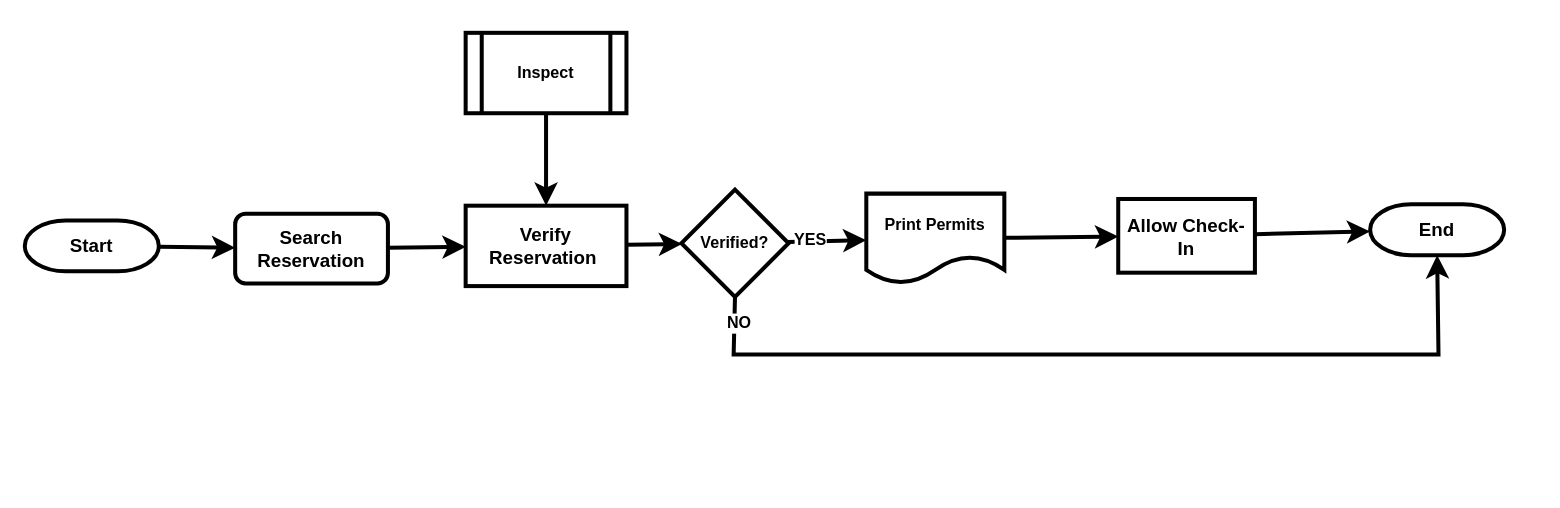
Earlier version of the draw.io diagram page "GameKilledRecording" (5 of 10) of TourismHunting/Tourism_Hunting_Flow.drawio (MbalamulaS/portal2-diagram). Source tidied: cells renumbered, new cells numbered last; positions are measured from the earlier drawing's top-left corner, leaving out a move shared by most shapes. Both pictures are drawn from the tidied source at 134%, with x=0, y=0 at pixel (24, 32).
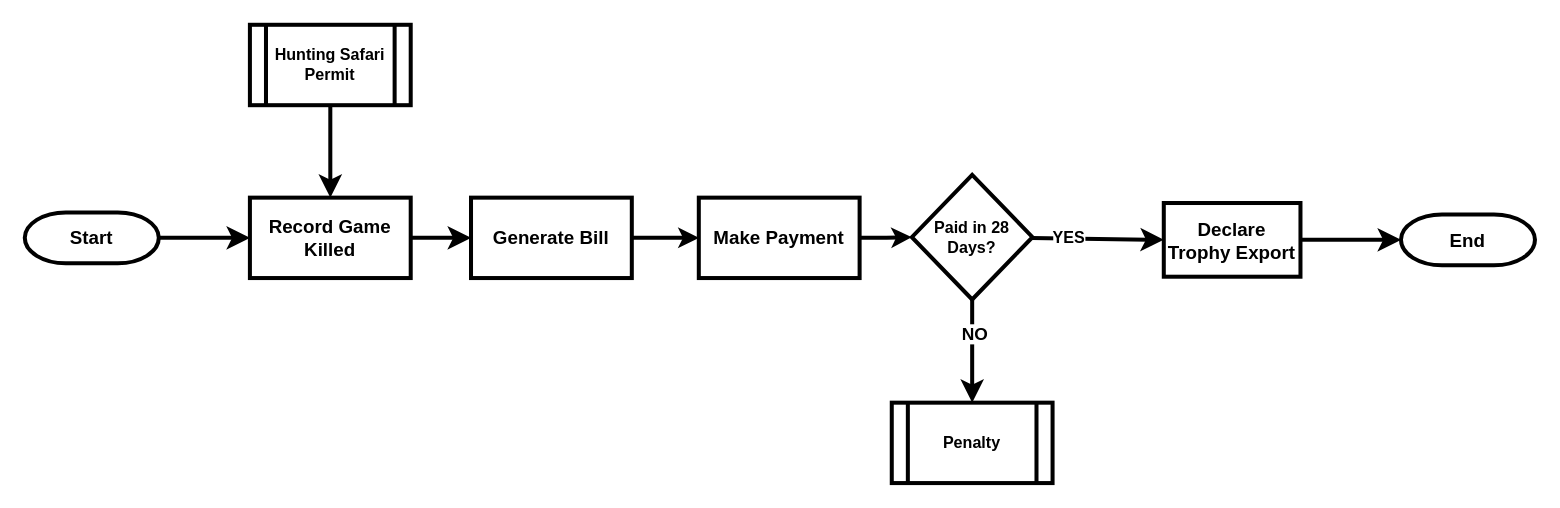
The same page after the edit.

What changed in the source:
```diff
@@
-    <mxCell id="2" style="edgeStyle=none;curved=1;rounded=0;jettySize=auto;html=1;fontSize=12;startSize=8;endSize=8;strokeWidth=3;" parent="1" edge="1" source="3" target="6">
+    <mxCell id="2" style="edgeStyle=none;curved=1;rounded=0;jettySize=auto;html=1;fontSize=12;startSize=8;endSize=8;strokeWidth=3;entryX=0;entryY=0.5;entryDx=0;entryDy=0;" parent="1" edge="1" source="3" target="10">
       <mxGeometry relative="1" as="geometry" />
     </mxCell>
     <mxCell id="3" value="&lt;span&gt;&lt;font&gt;Start&lt;/font&gt;&lt;/span&gt;" style="strokeWidth=3;html=1;shape=mxgraph.flowchart.terminator;whiteSpace=wrap;fontSize=14;fontStyle=1;" parent="1" vertex="1">
-      <mxGeometry y="140" width="100" height="38" as="geometry" />
+      <mxGeometry y="134" width="100" height="38" as="geometry" />
     </mxCell>
-    <mxCell id="4" value="&lt;span&gt;End&lt;/span&gt;" style="strokeWidth=3;html=1;shape=mxgraph.flowchart.terminator;whiteSpace=wrap;fontSize=14;fontStyle=1;" parent="1" vertex="1">
-      <mxGeometry x="1004" y="128" width="100" height="38" as="geometry" />
-    </mxCell>
-    <mxCell id="5" style="edgeStyle=none;curved=1;rounded=0;jettySize=auto;html=1;fontSize=12;startSize=8;endSize=8;strokeWidth=3;" parent="1" edge="1" source="6" target="10">
-      <mxGeometry relative="1" as="geometry" />
-    </mxCell>
-    <mxCell id="6" value="Search Reservation" style="rounded=1;whiteSpace=wrap;html=1;fontSize=14;fontStyle=1;strokeWidth=3;" parent="1" vertex="1">
-      <mxGeometry x="157" y="135" width="114" height="52" as="geometry" />
-    </mxCell>
-    <mxCell id="7" style="edgeStyle=none;curved=1;rounded=0;jettySize=auto;html=1;fontSize=12;startSize=8;endSize=8;strokeWidth=3;" parent="1" edge="1" source="8" target="4">
-      <mxGeometry relative="1" as="geometry" />
-    </mxCell>
-    <mxCell id="8" value="Allow Check-In" style="whiteSpace=wrap;html=1;fontSize=14;fontStyle=1;strokeWidth=3;" parent="1" vertex="1">
-      <mxGeometry x="816" y="124" width="102" height="55" as="geometry" />
-    </mxCell>
-    <mxCell id="9" style="edgeStyle=none;curved=1;rounded=0;jettySize=auto;html=1;fontSize=12;startSize=8;endSize=8;fontStyle=1;strokeWidth=3;" parent="1" edge="1" source="10" target="17">
+    <mxCell id="9" style="edgeStyle=none;curved=1;rounded=0;jettySize=auto;html=1;fontSize=12;startSize=8;endSize=8;fontStyle=1;strokeWidth=3;entryX=0;entryY=0.5;entryDx=0;entryDy=0;" parent="1" edge="1" source="10" target="26">
       <mxGeometry relative="1" as="geometry" />
     </mxCell>
-    <mxCell id="10" value="Verify Reservation&amp;nbsp; " style="whiteSpace=wrap;html=1;fontSize=14;fontStyle=1;strokeWidth=3;" parent="1" vertex="1">
-      <mxGeometry x="329" y="129" width="120" height="60" as="geometry" />
+    <mxCell id="10" value="Record Game Killed" style="whiteSpace=wrap;html=1;fontSize=14;fontStyle=1;strokeWidth=3;" parent="1" vertex="1">
+      <mxGeometry x="168" y="123" width="120" height="60" as="geometry" />
     </mxCell>
@@
-    <mxCell id="12" value="Inspect" style="shape=process;whiteSpace=wrap;html=1;backgroundOutline=1;fontStyle=1;strokeWidth=3;" parent="1" vertex="1">
-      <mxGeometry x="329" width="120" height="60" as="geometry" />
+    <mxCell id="12" value="Hunting Safari Permit" style="shape=process;whiteSpace=wrap;html=1;backgroundOutline=1;fontStyle=1;strokeWidth=3;" parent="1" vertex="1">
+      <mxGeometry x="168" y="-6" width="120" height="60" as="geometry" />
     </mxCell>
-    <mxCell id="13" style="edgeStyle=none;curved=1;rounded=0;jettySize=auto;html=1;fontSize=12;startSize=8;endSize=8;fontStyle=1;strokeWidth=3;" parent="1" edge="1" source="17" target="19">
-      <mxGeometry relative="1" as="geometry" />
-    </mxCell>
+    <mxCell id="4" value="&lt;span&gt;End&lt;/span&gt;" style="strokeWidth=3;html=1;shape=mxgraph.flowchart.terminator;whiteSpace=wrap;fontSize=14;fontStyle=1;" parent="1" vertex="1">
+      <mxGeometry x="1027" y="135.5" width="100" height="38" as="geometry" />
+    </mxCell>
+    <mxCell id="20" style="edgeStyle=none;curved=1;rounded=0;jettySize=auto;html=1;fontSize=12;startSize=8;endSize=8;strokeWidth=3;entryX=0;entryY=0.5;entryDx=0;entryDy=0;entryPerimeter=0;" parent="1" edge="1" source="21" target="4">
+      <mxGeometry relative="1" as="geometry" />
+    </mxCell>
+    <mxCell id="21" value="Declare Trophy Export" style="whiteSpace=wrap;html=1;fontSize=14;fontStyle=1;strokeWidth=3;" parent="1" vertex="1">
+      <mxGeometry x="850" y="127" width="102" height="55" as="geometry" />
+    </mxCell>
+    <mxCell id="22" style="edgeStyle=none;curved=1;rounded=0;jettySize=auto;html=1;fontSize=12;startSize=8;endSize=8;fontStyle=1;strokeWidth=3;entryX=0;entryY=0.5;entryDx=0;entryDy=0;" parent="1" edge="1" source="24" target="21">
+      <mxGeometry relative="1" as="geometry" />
+    </mxCell>
-    <mxCell id="14" value="YES" style="edgeLabel;html=1;align=center;verticalAlign=middle;fontSize=12;fontStyle=1;" parent="13" vertex="1">
+    <mxCell id="14" value="YES" style="edgeLabel;html=1;align=center;verticalAlign=middle;fontSize=12;fontStyle=1;" parent="22" vertex="1">
       <mxGeometry x="-0.46" y="1" relative="1" as="geometry" />
     </mxCell>
-    <mxCell id="15" style="edgeStyle=none;curved=0;rounded=0;jettySize=auto;html=1;fontSize=12;startSize=8;endSize=8;exitX=0.5;exitY=1;exitDx=0;exitDy=0;entryX=0.5;entryY=1;entryDx=0;entryDy=0;entryPerimeter=0;strokeWidth=3;" parent="1" edge="1" source="17" target="4">
-      <mxGeometry relative="1" as="geometry">
-        <Array as="points">
-          <mxPoint x="529" y="240" />
-          <mxPoint x="1055" y="240" />
-        </Array>
-      </mxGeometry>
-    </mxCell>
+    <mxCell id="23" style="edgeStyle=none;curved=0;rounded=0;jettySize=auto;html=1;fontSize=12;startSize=8;endSize=8;exitX=0.5;exitY=1;exitDx=0;exitDy=0;entryX=0.5;entryY=0;entryDx=0;entryDy=0;strokeWidth=3;" parent="1" edge="1" source="24" target="29">
+      <mxGeometry relative="1" as="geometry">
+        <Array as="points">
+          <mxPoint x="707" y="241" />
+        </Array>
+      </mxGeometry>
+    </mxCell>
-    <mxCell id="16" value="&lt;b&gt;NO&lt;/b&gt;" style="edgeLabel;html=1;align=center;verticalAlign=middle;fontSize=12;" parent="15" vertex="1">
-      <mxGeometry x="-0.94" y="3" relative="1" as="geometry" />
+    <mxCell id="16" value="&lt;font style=&quot;font-size: 13px;&quot;&gt;&lt;b&gt;NO&lt;/b&gt;&lt;/font&gt;" style="edgeLabel;html=1;align=center;verticalAlign=middle;" parent="23" vertex="1">
+      <mxGeometry x="-0.35" y="1" relative="1" as="geometry" />
     </mxCell>
-    <mxCell id="17" value="Verified?" style="rhombus;whiteSpace=wrap;html=1;fontStyle=1;strokeWidth=3;" parent="1" vertex="1">
-      <mxGeometry x="490" y="117" width="80" height="80" as="geometry" />
-    </mxCell>
-    <mxCell id="18" style="edgeStyle=none;curved=1;rounded=0;jettySize=auto;html=1;fontSize=12;startSize=8;endSize=8;strokeWidth=3;" parent="1" edge="1" source="19" target="8">
-      <mxGeometry relative="1" as="geometry" />
-    </mxCell>
-    <mxCell id="19" value="Print Permits" style="shape=document;whiteSpace=wrap;html=1;boundedLbl=1;fontStyle=1;strokeWidth=3;" parent="1" vertex="1">
-      <mxGeometry x="628" y="120" width="103" height="67" as="geometry" />
-    </mxCell>
+    <mxCell id="24" value="Paid in 28 Days?" style="rhombus;whiteSpace=wrap;html=1;fontStyle=1;strokeWidth=3;" parent="1" vertex="1">
+      <mxGeometry x="662" y="106" width="90" height="93" as="geometry" />
+    </mxCell>
+    <mxCell id="25" style="edgeStyle=orthogonalEdgeStyle;rounded=0;jettySize=auto;html=1;strokeWidth=3;" parent="1" edge="1" source="26" target="28">
+      <mxGeometry relative="1" as="geometry" />
+    </mxCell>
+    <mxCell id="26" value="Generate Bill" style="whiteSpace=wrap;html=1;fontSize=14;fontStyle=1;strokeWidth=3;" parent="1" vertex="1">
+      <mxGeometry x="333" y="123" width="120" height="60" as="geometry" />
+    </mxCell>
+    <mxCell id="27" style="edgeStyle=orthogonalEdgeStyle;rounded=0;jettySize=auto;html=1;strokeWidth=3;" parent="1" edge="1" source="28" target="24">
+      <mxGeometry relative="1" as="geometry" />
+    </mxCell>
+    <mxCell id="28" value="Make Payment" style="whiteSpace=wrap;html=1;fontSize=14;fontStyle=1;strokeWidth=3;" parent="1" vertex="1">
+      <mxGeometry x="503" y="123" width="120" height="60" as="geometry" />
+    </mxCell>
+    <mxCell id="29" value="Penalty" style="shape=process;whiteSpace=wrap;html=1;backgroundOutline=1;fontStyle=1;strokeWidth=3;" parent="1" vertex="1">
+      <mxGeometry x="647" y="276" width="120" height="60" as="geometry" />
+    </mxCell>
```
